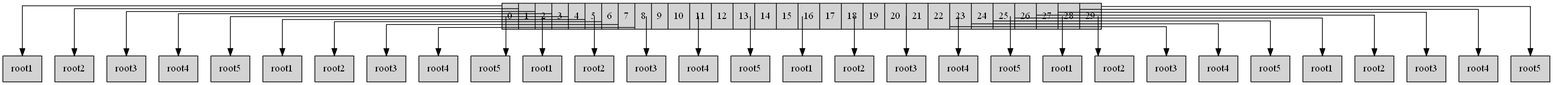
Earlier version of the Graphviz export graphviz/LL.png (troscar/EDD_VirtualMall_201610654). Its source is kept beside it as graphviz/LL.dot. The source it was exported from:
```dot
digraph G {
    node[style="filled",shape= "record"]
    graph[splines = "ortho"]

 node1[label=" <f0> 0 |  <f1> 1 |  <f2> 2 |  <f3> 3 |  <f4> 4 |  <f5> 5 |  <f6> 6 |  <f7> 7 |  <f8> 8 |  <f9> 9 |  <f10> 10 |  <f11> 11 |  <f12> 12 |  <f13> 13 |  <f14> 14 |  <f15> 15 |  <f16> 16 |  <f17> 17 |  <f18> 18 |  <f19> 19 |  <f20> 20 |  <f21> 21 |  <f22> 22 |  <f23> 23 |  <f24> 24 |  <f25> 25 |  <f26> 26 |  <f27> 27 |  <f28> 28 |  <f29> 29"]
nodo0l0[label="root1"]
node1:f0 -> nodo0l0
nodo1l0[label="root2"]
node1:f1 -> nodo1l0
nodo2l0[label="root3"]
node1:f2 -> nodo2l0
nodo3l0[label="root4"]
node1:f3 -> nodo3l0
nodo4l0[label="root5"]
node1:f4 -> nodo4l0
nodo5l0[label="root1"]
node1:f5 -> nodo5l0
nodo6l0[label="root2"]
node1:f6 -> nodo6l0
nodo7l0[label="root3"]
node1:f7 -> nodo7l0
nodo8l0[label="root4"]
node1:f8 -> nodo8l0
nodo9l0[label="root5"]
node1:f9 -> nodo9l0
nodo10l0[label="root1"]
node1:f10 -> nodo10l0
nodo11l0[label="root2"]
node1:f11 -> nodo11l0
nodo12l0[label="root3"]
node1:f12 -> nodo12l0
nodo13l0[label="root4"]
node1:f13 -> nodo13l0
nodo14l0[label="root5"]
node1:f14 -> nodo14l0
nodo15l0[label="root1"]
node1:f15 -> nodo15l0
nodo16l0[label="root2"]
node1:f16 -> nodo16l0
nodo17l0[label="root3"]
node1:f17 -> nodo17l0
nodo18l0[label="root4"]
node1:f18 -> nodo18l0
nodo19l0[label="root5"]
node1:f19 -> nodo19l0
nodo20l0[label="root1"]
node1:f20 -> nodo20l0
nodo21l0[label="root2"]
node1:f21 -> nodo21l0
nodo22l0[label="root3"]
node1:f22 -> nodo22l0
nodo23l0[label="root4"]
node1:f23 -> nodo23l0
nodo24l0[label="root5"]
node1:f24 -> nodo24l0
nodo25l0[label="root1"]
node1:f25 -> nodo25l0
nodo26l0[label="root2"]
node1:f26 -> nodo26l0
nodo27l0[label="root3"]
node1:f27 -> nodo27l0
nodo28l0[label="root4"]
node1:f28 -> nodo28l0
nodo29l0[label="root5"]
node1:f29 -> nodo29l0
}
```
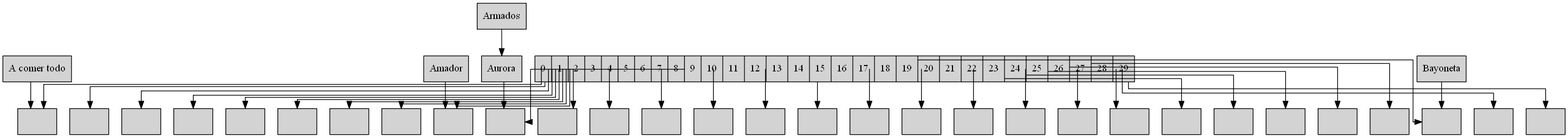
The same diagram one commit later.

What changed in the source:
```diff
@@ -3,64 +3,74 @@
     graph[splines = "ortho"]
 
  node1[label=" <f0> 0 |  <f1> 1 |  <f2> 2 |  <f3> 3 |  <f4> 4 |  <f5> 5 |  <f6> 6 |  <f7> 7 |  <f8> 8 |  <f9> 9 |  <f10> 10 |  <f11> 11 |  <f12> 12 |  <f13> 13 |  <f14> 14 |  <f15> 15 |  <f16> 16 |  <f17> 17 |  <f18> 18 |  <f19> 19 |  <f20> 20 |  <f21> 21 |  <f22> 22 |  <f23> 23 |  <f24> 24 |  <f25> 25 |  <f26> 26 |  <f27> 27 |  <f28> 28 |  <f29> 29"]
-nodo0l0[label="root1"]
+nodo0l0[label=""]
 node1:f0 -> nodo0l0
-nodo1l0[label="root2"]
+nodo1l0[label=""]
 node1:f1 -> nodo1l0
-nodo2l0[label="root3"]
+nodo2l0[label=""]
 node1:f2 -> nodo2l0
-nodo3l0[label="root4"]
+nodo3l0[label=""]
 node1:f3 -> nodo3l0
-nodo4l0[label="root5"]
+nodo4l0[label=""]
 node1:f4 -> nodo4l0
-nodo5l0[label="root1"]
+nodo4l1[label="A comer todo"]
+nodo4l1->nodo4l0
+nodo5l0[label=""]
 node1:f5 -> nodo5l0
-nodo6l0[label="root2"]
+nodo6l0[label=""]
 node1:f6 -> nodo6l0
-nodo7l0[label="root3"]
+nodo7l0[label=""]
 node1:f7 -> nodo7l0
-nodo8l0[label="root4"]
+nodo8l0[label=""]
 node1:f8 -> nodo8l0
-nodo9l0[label="root5"]
+nodo8l1[label="Amador"]
+nodo8l1->nodo8l0
+nodo9l0[label=""]
 node1:f9 -> nodo9l0
-nodo10l0[label="root1"]
+nodo9l1[label="Aurora"]
+nodo9l1->nodo9l0
+nodo9l2[label="Armados"]
+nodo9l2->nodo9l1
+nodo10l0[label=""]
 node1:f10 -> nodo10l0
-nodo11l0[label="root2"]
+nodo11l0[label=""]
 node1:f11 -> nodo11l0
-nodo12l0[label="root3"]
+nodo12l0[label=""]
 node1:f12 -> nodo12l0
-nodo13l0[label="root4"]
+nodo13l0[label=""]
 node1:f13 -> nodo13l0
-nodo14l0[label="root5"]
+nodo14l0[label=""]
 node1:f14 -> nodo14l0
-nodo15l0[label="root1"]
+nodo15l0[label=""]
 node1:f15 -> nodo15l0
-nodo16l0[label="root2"]
+nodo16l0[label=""]
 node1:f16 -> nodo16l0
-nodo17l0[label="root3"]
+nodo17l0[label=""]
 node1:f17 -> nodo17l0
-nodo18l0[label="root4"]
+nodo18l0[label=""]
 node1:f18 -> nodo18l0
-nodo19l0[label="root5"]
+nodo19l0[label=""]
 node1:f19 -> nodo19l0
-nodo20l0[label="root1"]
+nodo19l1[label="Bayoneta"]
+nodo19l1->nodo19l0
+nodo20l0[label=""]
 node1:f20 -> nodo20l0
-nodo21l0[label="root2"]
+nodo21l0[label=""]
 node1:f21 -> nodo21l0
-nodo22l0[label="root3"]
+nodo22l0[label=""]
 node1:f22 -> nodo22l0
-nodo23l0[label="root4"]
+nodo23l0[label=""]
 node1:f23 -> nodo23l0
-nodo24l0[label="root5"]
+nodo24l0[label=""]
 node1:f24 -> nodo24l0
-nodo25l0[label="root1"]
+nodo25l0[label=""]
 node1:f25 -> nodo25l0
-nodo26l0[label="root2"]
+nodo26l0[label=""]
 node1:f26 -> nodo26l0
-nodo27l0[label="root3"]
+nodo27l0[label=""]
 node1:f27 -> nodo27l0
-nodo28l0[label="root4"]
+nodo28l0[label=""]
 node1:f28 -> nodo28l0
-nodo29l0[label="root5"]
+nodo29l0[label=""]
 node1:f29 -> nodo29l0
 }
```
